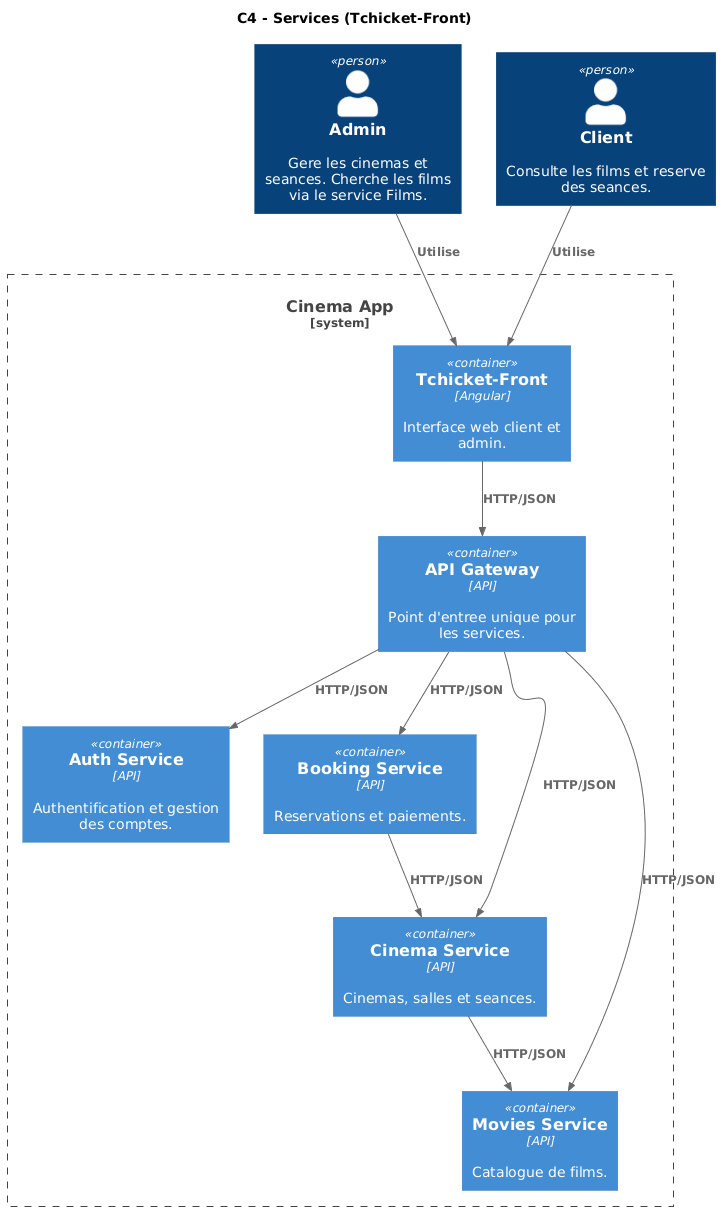
This is diagrams/c4-services.png from tomFregonese/boiler-plate, a PlantUML export, as it was before one commit. Source of this version:
```plantuml
@startuml
!include https://raw.githubusercontent.com/plantuml-stdlib/C4-PlantUML/master/C4_Container.puml

title C4 - Services (Tchicket-Front)

Person(admin, "Admin", "Gere les cinemas et seances. Cherche les films via le service Films.")
Person(customer, "Client", "Consulte les films et reserve des seances.")

System_Boundary(cinema_system, "Cinema App") {
  Container(frontend, "Tchicket-Front", "Angular", "Interface web client et admin.")

  Container(api_gateway, "API Gateway", "API", "Point d'entree unique pour les services.")
  Container(auth_service, "Auth Service", "API", "Authentification et gestion des comptes.")
  Container(booking_service, "Booking Service", "API", "Reservations et paiements.")
  Container(movies_service, "Movies Service", "API", "Catalogue de films.")
  Container(cinema_service, "Cinema Service", "API", "Cinemas, salles et seances.")
}

Rel(admin, frontend, "Utilise")
Rel(customer, frontend, "Utilise")

Rel(frontend, api_gateway, "HTTP/JSON")
Rel(api_gateway, auth_service, "HTTP/JSON")
Rel(api_gateway, booking_service, "HTTP/JSON")
Rel(api_gateway, movies_service, "HTTP/JSON")
Rel(api_gateway, cinema_service, "HTTP/JSON")

Rel(booking_service, cinema_service, "HTTP/JSON")
Rel(cinema_service, movies_service, "HTTP/JSON")
@enduml
```
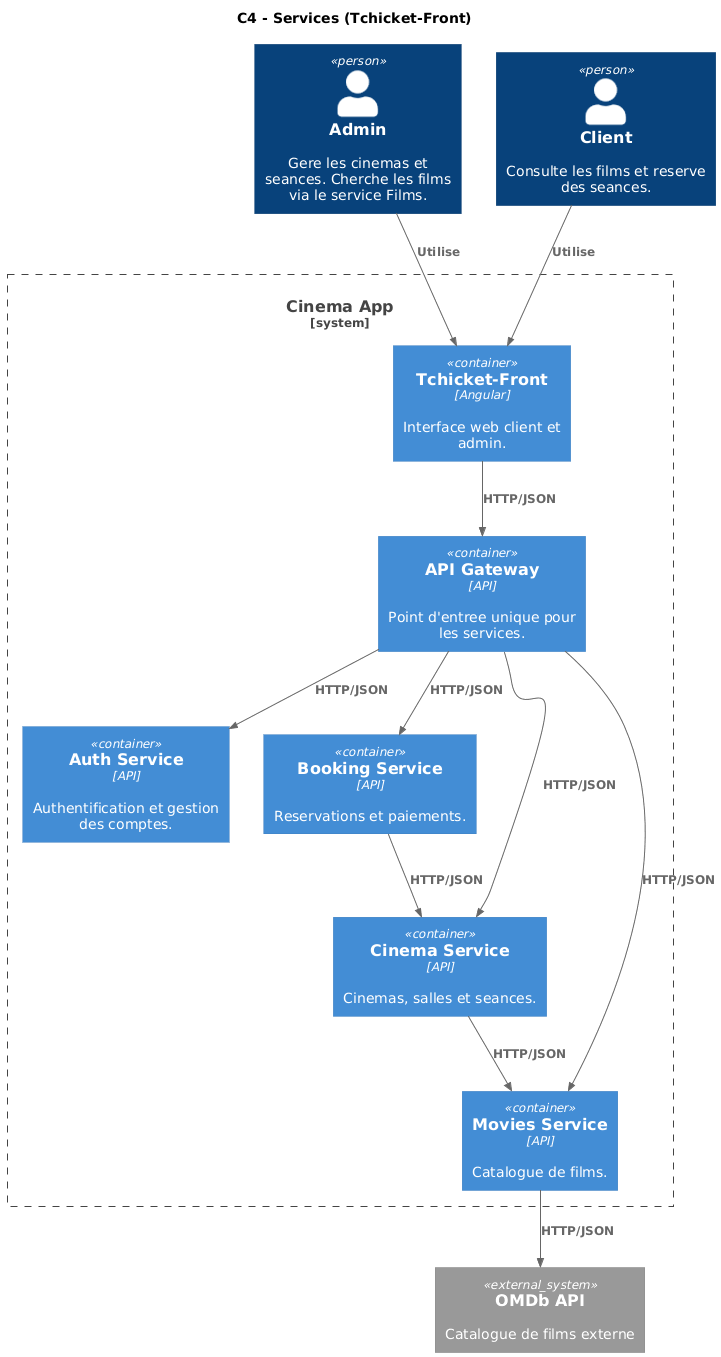
Later version of the same file.

Commit message:
C4 Models - Architecture, Services + Use Case Cinéma, Booking, etc.

What changed in the source:
```diff
@@ -16,6 +16,8 @@
   Container(cinema_service, "Cinema Service", "API", "Cinemas, salles et seances.")
 }
 
+System_Ext(omdb_api, "OMDb API", "Catalogue de films externe")
+
 Rel(admin, frontend, "Utilise")
 Rel(customer, frontend, "Utilise")
 
@@ -27,4 +29,5 @@
 
 Rel(booking_service, cinema_service, "HTTP/JSON")
 Rel(cinema_service, movies_service, "HTTP/JSON")
+Rel(movies_service, omdb_api, "HTTP/JSON")
 @enduml
```
